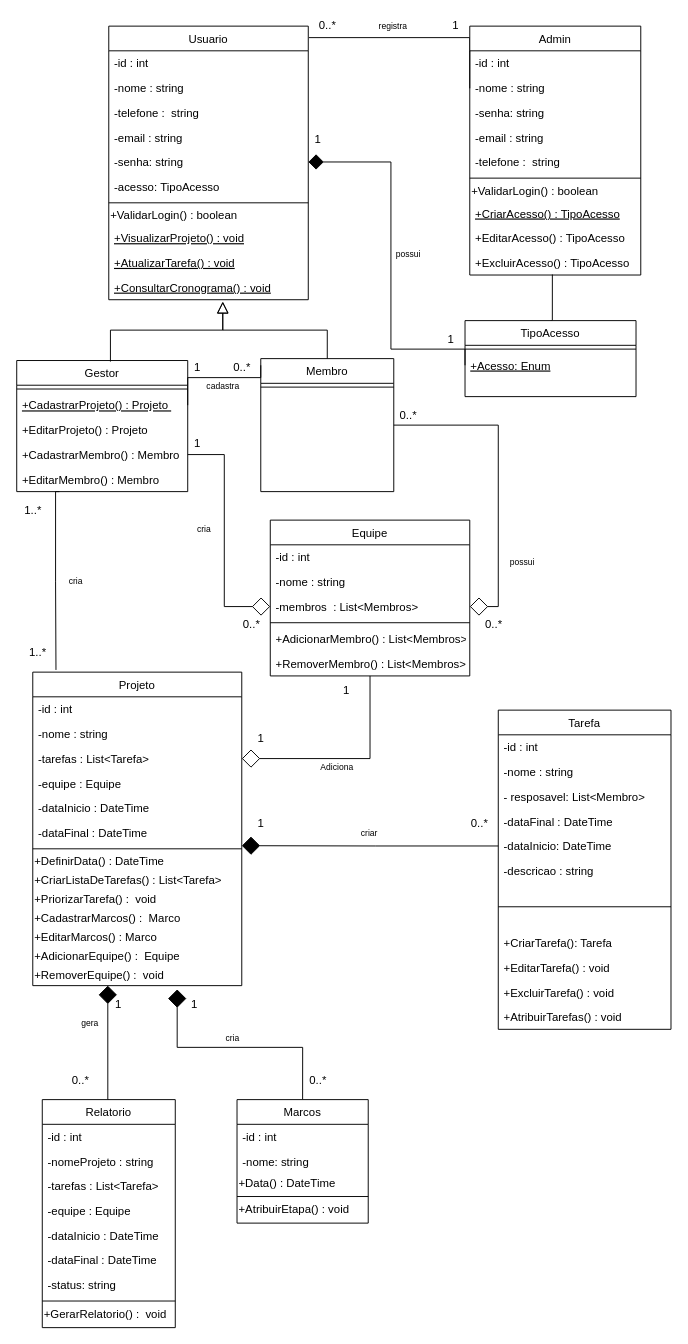
This is Diagrama de classes/Diagrama de classes Tcc.drawio from leoonn/Diagrama-de-classes, a draw.io file, before an edit. Source tidied: cells renumbered, new cells numbered last; positions are measured from the earlier drawing's top-left corner, leaving out a move shared by most shapes. Both pictures are drawn from the tidied source at 95%, with x=0, y=0 at pixel (16, 16).
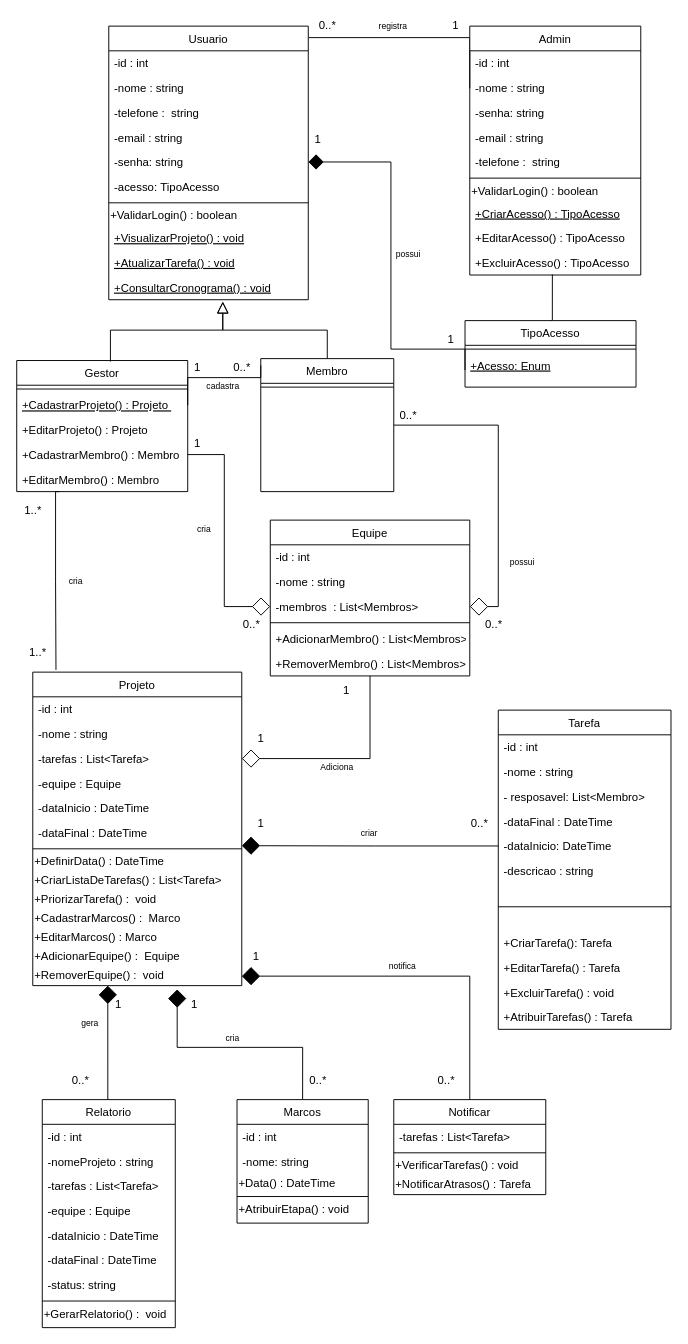
After the change.

Commit message:
Adcionando A classe notifica

The change refers to these unchanged cells:
```xml
<mxCell id="41" value="+RemoverEquipe() :&amp;nbsp; void" style="text;html=1;align=left;verticalAlign=middle;points=[];strokeColor=none;fillColor=none;" parent="26" vertex="1">
  <mxGeometry y="310" width="220" height="20" as="geometry" />
</mxCell>
<mxCell id="42" value="Tarefa" style="swimlane;fontStyle=0;align=center;verticalAlign=top;horizontal=1;startSize=26;rounded=0;shadow=0;strokeWidth=1;" parent="1" vertex="1">
  <mxGeometry x="507" y="730" width="181.8" height="336" as="geometry" />
</mxCell>
```

Diff of the diagram source:
```diff
@@
-    <mxCell id="51" value="+EditarTarefa() : void" style="text;align=left;verticalAlign=top;spacingLeft=4;spacingRight=4;overflow=hidden;" parent="42" vertex="1">
+    <mxCell id="51" value="+EditarTarefa() : Tarefa" style="text;align=left;verticalAlign=top;spacingLeft=4;spacingRight=4;overflow=hidden;" parent="42" vertex="1">
       <mxGeometry y="258" width="181.8" height="26" as="geometry" />
     </mxCell>
@@
-    <mxCell id="53" value="+AtribuirTarefas() : void&#10;" style="text;align=left;verticalAlign=top;spacingLeft=4;spacingRight=4;overflow=hidden;" parent="42" vertex="1">
+    <mxCell id="53" value="+AtribuirTarefas() : Tarefa&#10;" style="text;align=left;verticalAlign=top;spacingLeft=4;spacingRight=4;overflow=hidden;" parent="42" vertex="1">
       <mxGeometry y="310" width="181.8" height="26" as="geometry" />
     </mxCell>
@@
     <mxCell id="108" value="TipoAcesso" style="swimlane;fontStyle=0;align=center;verticalAlign=top;horizontal=1;startSize=26;rounded=0;shadow=0;strokeWidth=1;" parent="1" vertex="1">
-      <mxGeometry x="472" y="320" width="180" height="80" as="geometry" />
+      <mxGeometry x="472" y="320" width="180" height="70" as="geometry" />
     </mxCell>
@@
     <mxCell id="110" value="+Acesso: Enum" style="text;align=left;verticalAlign=top;spacingLeft=4;spacingRight=4;overflow=hidden;points=[[0,0.5],[1,0.5]];portConstraint=eastwest;fontStyle=4;" parent="108" vertex="1">
-      <mxGeometry y="34" width="180" height="26" as="geometry" />
+      <mxGeometry y="34" width="180" height="36" as="geometry" />
     </mxCell>
@@
+    <mxCell id="132" style="edgeStyle=orthogonalEdgeStyle;rounded=0;jettySize=auto;html=1;exitX=0.5;exitY=0;exitDx=0;exitDy=0;entryX=1;entryY=0.5;entryDx=0;entryDy=0;entryPerimeter=0;endArrow=diamond;endFill=1;endSize=17;" parent="1" edge="1" source="133" target="41">
+      <mxGeometry relative="1" as="geometry" />
+    </mxCell>
+    <mxCell id="133" value="Notificar" style="swimlane;fontStyle=0;align=center;verticalAlign=top;horizontal=1;startSize=26;rounded=0;shadow=0;strokeWidth=1;" parent="1" vertex="1">
+      <mxGeometry x="397" y="1140" width="160" height="100" as="geometry" />
+    </mxCell>
+    <mxCell id="134" value="-tarefas : List&lt;Tarefa&gt;" style="text;align=left;verticalAlign=top;spacingLeft=4;spacingRight=4;overflow=hidden;rounded=0;shadow=0;html=0;" parent="133" vertex="1">
+      <mxGeometry y="26" width="160" height="26" as="geometry" />
+    </mxCell>
+    <mxCell id="135" style="line;html=1;strokeWidth=1;align=left;verticalAlign=middle;spacingTop=-1;spacingLeft=3;spacingRight=3;labelPosition=right;" parent="133" vertex="1">
+      <mxGeometry y="52" width="160" height="8" as="geometry" />
+    </mxCell>
+    <mxCell id="136" style="edgeStyle=orthogonalEdgeStyle;rounded=0;orthogonalLoop=1;jettySize=auto;html=1;exitX=1;exitY=0.5;exitDx=0;exitDy=0;endArrow=none;endFill=0;" parent="133" edge="1">
+      <mxGeometry relative="1" as="geometry">
+        <mxPoint x="138.1" y="65" as="sourcePoint" />
+        <mxPoint x="138.1" y="65" as="targetPoint" />
+      </mxGeometry>
+    </mxCell>
+    <mxCell id="137" value="+VerificarTarefas() : void" style="text;html=1;align=left;verticalAlign=middle;strokeColor=none;fillColor=none;" parent="133" vertex="1">
+      <mxGeometry y="60" width="160" height="20" as="geometry" />
+    </mxCell>
+    <mxCell id="138" value="+NotificarAtrasos() : Tarefa" style="text;html=1;align=left;verticalAlign=middle;strokeColor=none;fillColor=none;" parent="133" vertex="1">
+      <mxGeometry y="80" width="160" height="20" as="geometry" />
+    </mxCell>
+    <mxCell id="139" value="notifica" style="text;html=1;align=center;verticalAlign=middle;strokeColor=none;fillColor=none;fontSize=9;" parent="1" vertex="1">
+      <mxGeometry x="385.5" y="990" width="40" height="20" as="geometry" />
+    </mxCell>
+    <mxCell id="140" value="0..*" style="text;html=1;align=center;verticalAlign=middle;strokeColor=none;fillColor=none;" parent="1" vertex="1">
+      <mxGeometry x="437" y="1110" width="30" height="20" as="geometry" />
+    </mxCell>
+    <mxCell id="141" value="1" style="text;html=1;align=center;verticalAlign=middle;strokeColor=none;fillColor=none;" parent="1" vertex="1">
+      <mxGeometry x="242" y="980" width="20" height="20" as="geometry" />
+    </mxCell>
```
